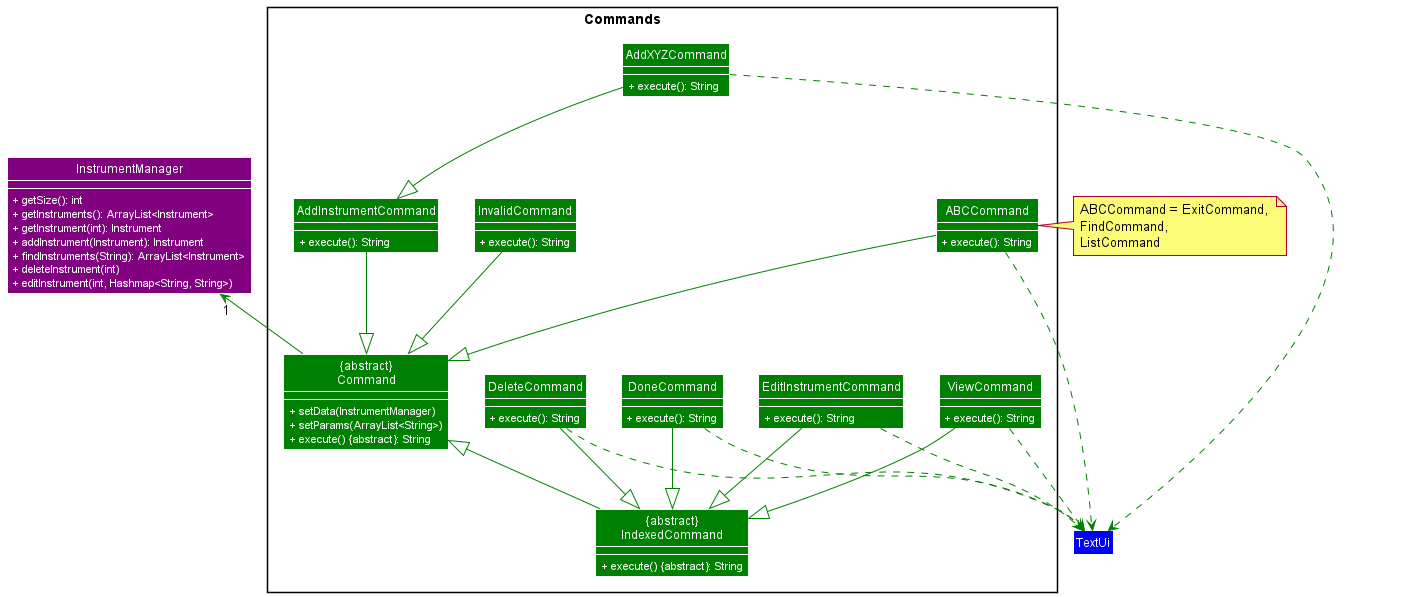
This is docs/images/CommandsDiagram.png from williamlamjy/mTracker, a PlantUML export, as it was before one commit.
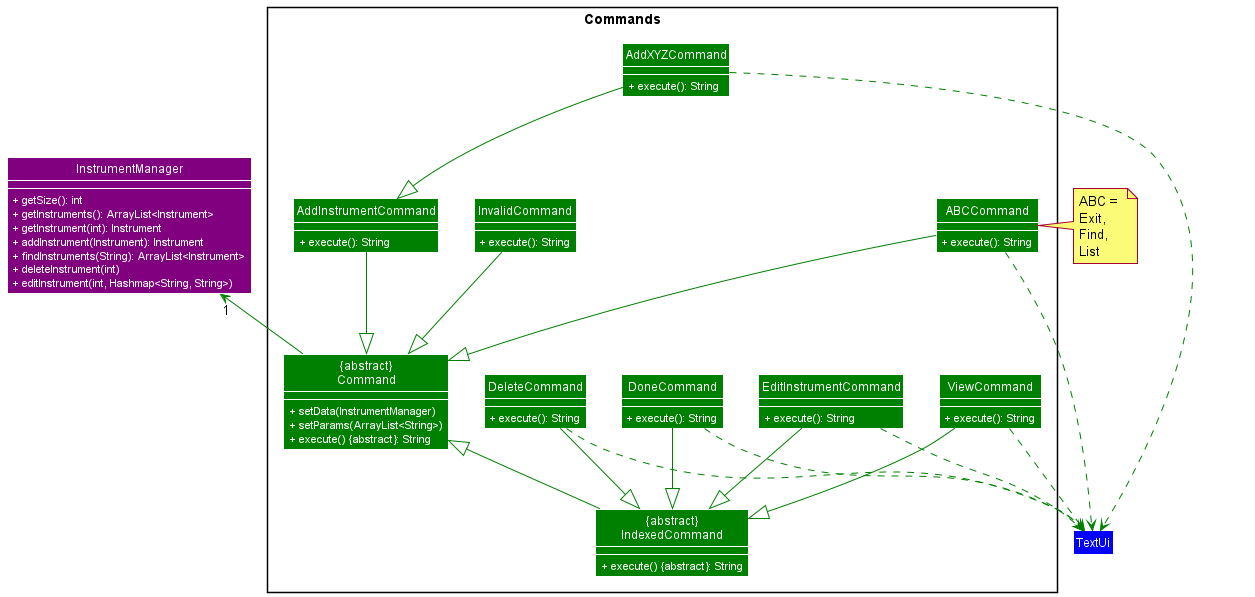
Later version of the same file.

Commit message:
Make command diagram width smaller

Diff of the diagram source:
```diff
@@ -63,10 +63,10 @@
 show ABCCommand members
 show AddXYZCommand members
 
+InvalidCommand -[COLOR_COMMANDS]-|>Command
 Command -up[COLOR_COMMANDS]->"1" InstrumentManager
-InvalidCommand -[COLOR_COMMANDS]-|>Command
 
-note right of ABCCommand: ABCCommand = ExitCommand, \nFindCommand, \nListCommand
+note right of ABCCommand: ABC = \nExit, \nFind, \nList
 
 ABCCommand -[COLOR_COMMANDS]-|>Command
 AddInstrumentCommand -[COLOR_COMMANDS]-|>Command
@@ -82,10 +82,10 @@
 AddXYZCommand -[COLOR_COMMANDS].>TextUi
 ABCCommand -[COLOR_COMMANDS].>TextUi
 
-
 DeleteCommand -[COLOR_COMMANDS].>TextUi
 DoneCommand -[COLOR_COMMANDS].>TextUi
 EditInstrumentCommand -[COLOR_COMMANDS].>TextUi
 ViewCommand -[COLOR_COMMANDS].>TextUi
 
+
 @enduml
```
